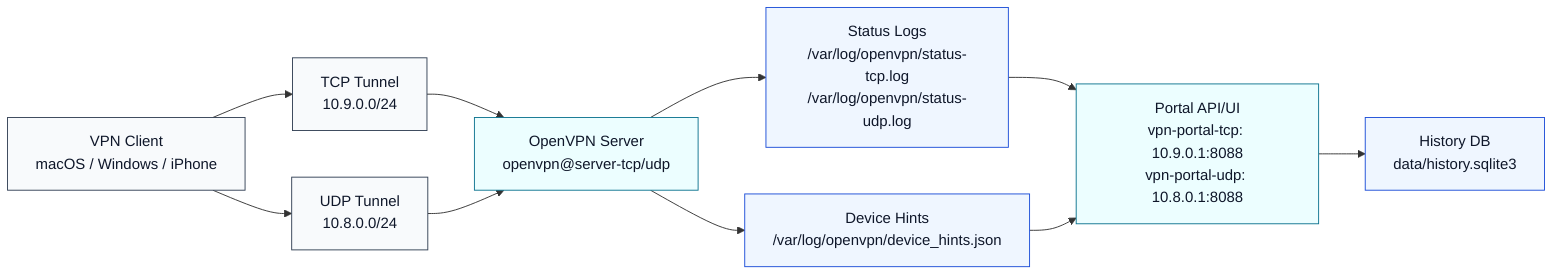
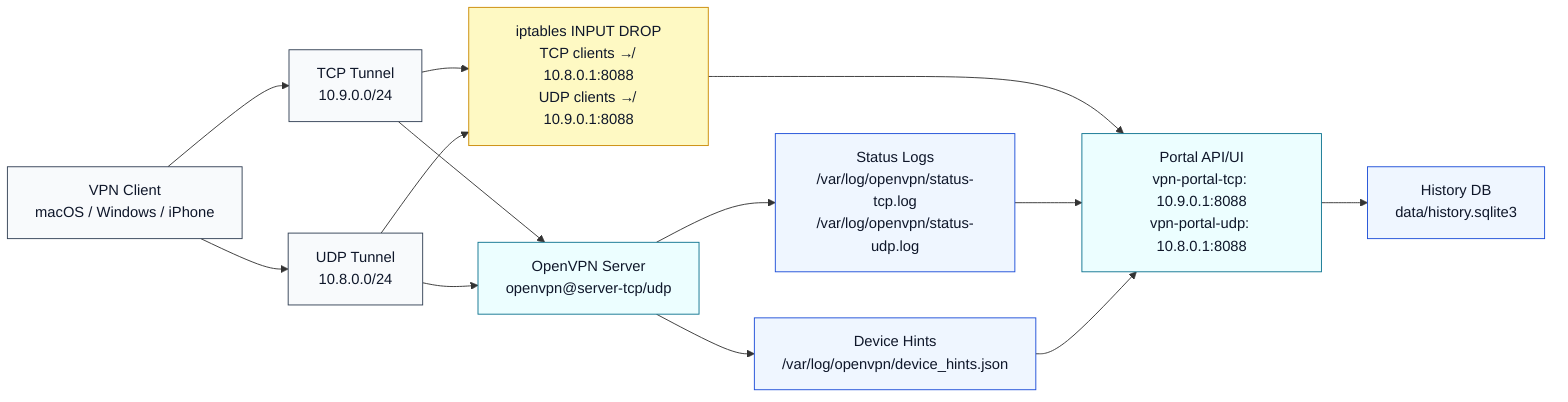
flowchart LR
    CLIENT[VPN Client\nmacOS / Windows / iPhone]
    TCP[TCP Tunnel\n10.9.0.0/24]
    UDP[UDP Tunnel\n10.8.0.0/24]
    OVPN[OpenVPN Server\nopenvpn@server-tcp/udp]
    STATUS[Status Logs\n/var/log/openvpn/status-tcp.log\n/var/log/openvpn/status-udp.log]
    HINTS[Device Hints\n/var/log/openvpn/device_hints.json]
+     FW["iptables INPUT DROP\nTCP clients ↛ 10.8.0.1:8088\nUDP clients ↛ 10.9.0.1:8088"]
    PORTAL[Portal API/UI\nvpn-portal-tcp: 10.9.0.1:8088\nvpn-portal-udp: 10.8.0.1:8088]
    HISTORY[History DB\ndata/history.sqlite3]

    CLIENT --> TCP --> OVPN
    CLIENT --> UDP --> OVPN
    OVPN --> STATUS
    OVPN --> HINTS
+     TCP --> FW
+     UDP --> FW
+     FW --> PORTAL
    STATUS --> PORTAL
    HINTS --> PORTAL
    PORTAL --> HISTORY

    classDef edge fill:#f8fafc,stroke:#334155,color:#0f172a
    classDef core fill:#ecfeff,stroke:#0e7490,color:#0f172a
    classDef data fill:#eff6ff,stroke:#1d4ed8,color:#0f172a
+     classDef firewall fill:#fef9c3,stroke:#ca8a04,color:#0f172a
    class CLIENT,TCP,UDP edge
    class OVPN,PORTAL core
    class STATUS,HINTS,HISTORY data
+     class FW firewall
